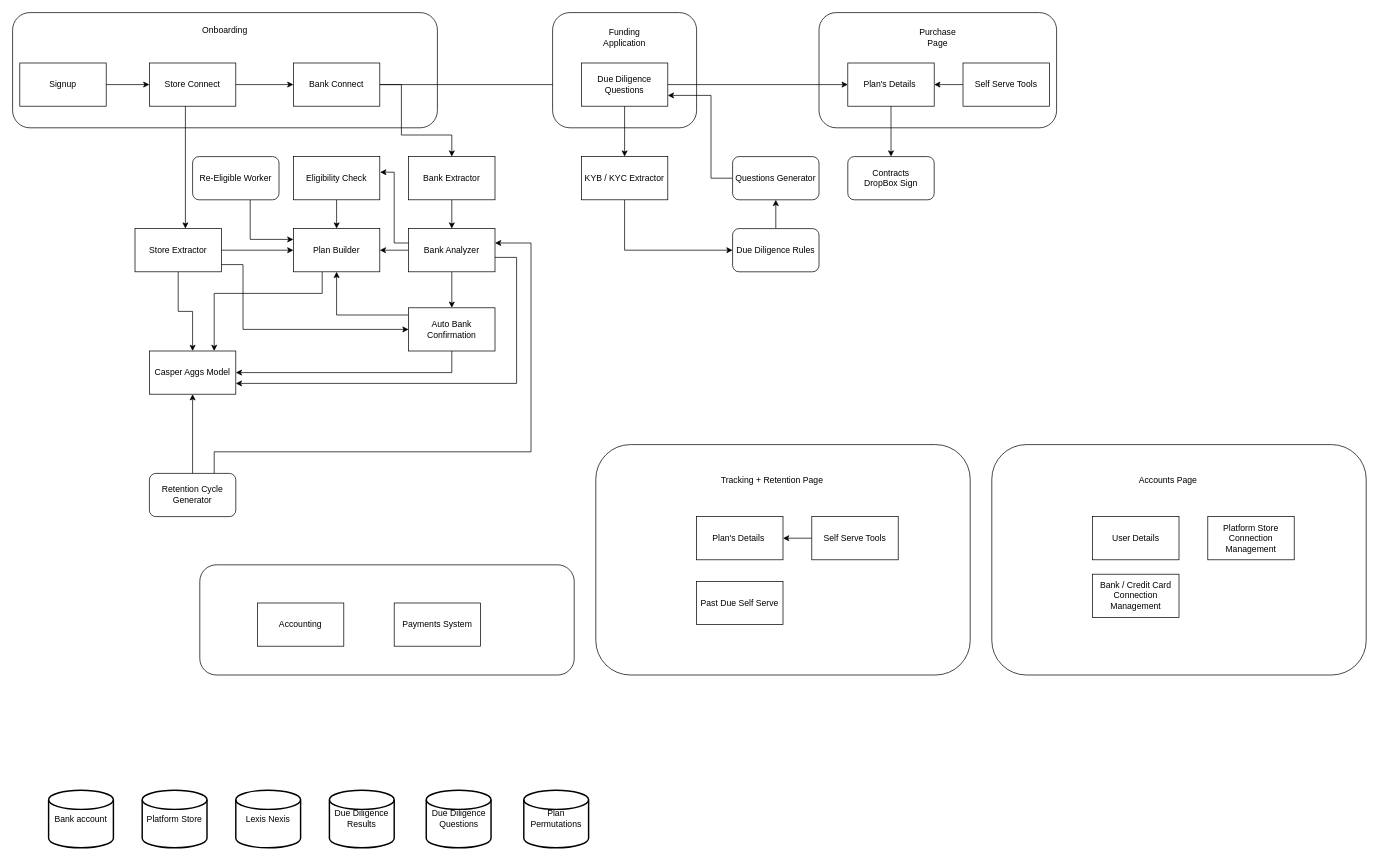
This is drawings/general8fig.drawio from saharki/draw.io, a draw.io file, before an edit. Source tidied: cells renumbered, new cells numbered last; positions are measured from the earlier drawing's top-left corner, leaving out a move shared by most shapes. Both pictures are drawn from the tidied source at 72%, with x=0, y=0 at pixel (12, 12).
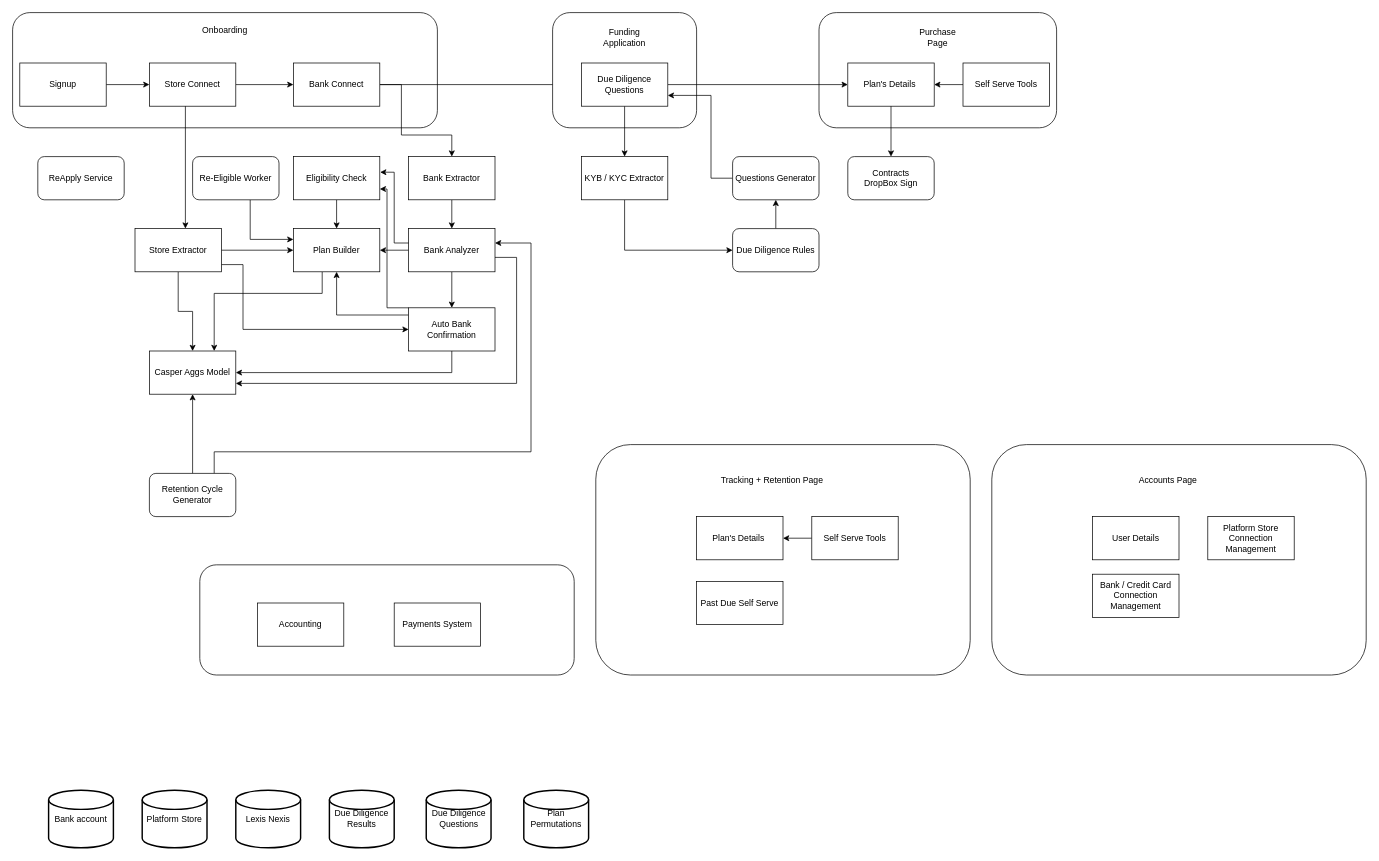
The same diagram, later.

Unchanged cells that the change refers to:
```xml
<mxCell id="26" value="Auto Bank Confirmation" style="whiteSpace=wrap;html=1;rounded=0;" parent="1" vertex="1">
  <mxGeometry x="550" y="410" width="120" height="60" as="geometry" />
</mxCell>
<mxCell id="28" value="Eligibility Check" style="rounded=0;whiteSpace=wrap;html=1;" parent="1" vertex="1">
  <mxGeometry x="390" y="200" width="120" height="60" as="geometry" />
</mxCell>
```

Change to the diagram source:
```diff
@@
+    <mxCell id="81" style="edgeStyle=orthogonalEdgeStyle;rounded=0;jettySize=auto;html=1;entryX=1;entryY=0.75;entryDx=0;entryDy=0;" parent="1" edge="1" source="26" target="28">
+      <mxGeometry relative="1" as="geometry">
+        <Array as="points">
+          <mxPoint x="520" y="410" />
+          <mxPoint x="520" y="245" />
+        </Array>
+      </mxGeometry>
+    </mxCell>
@@
+    <mxCell id="82" value="ReApply Service" style="rounded=1;whiteSpace=wrap;html=1;" parent="1" vertex="1">
+      <mxGeometry x="35" y="200" width="120" height="60" as="geometry" />
+    </mxCell>
```
